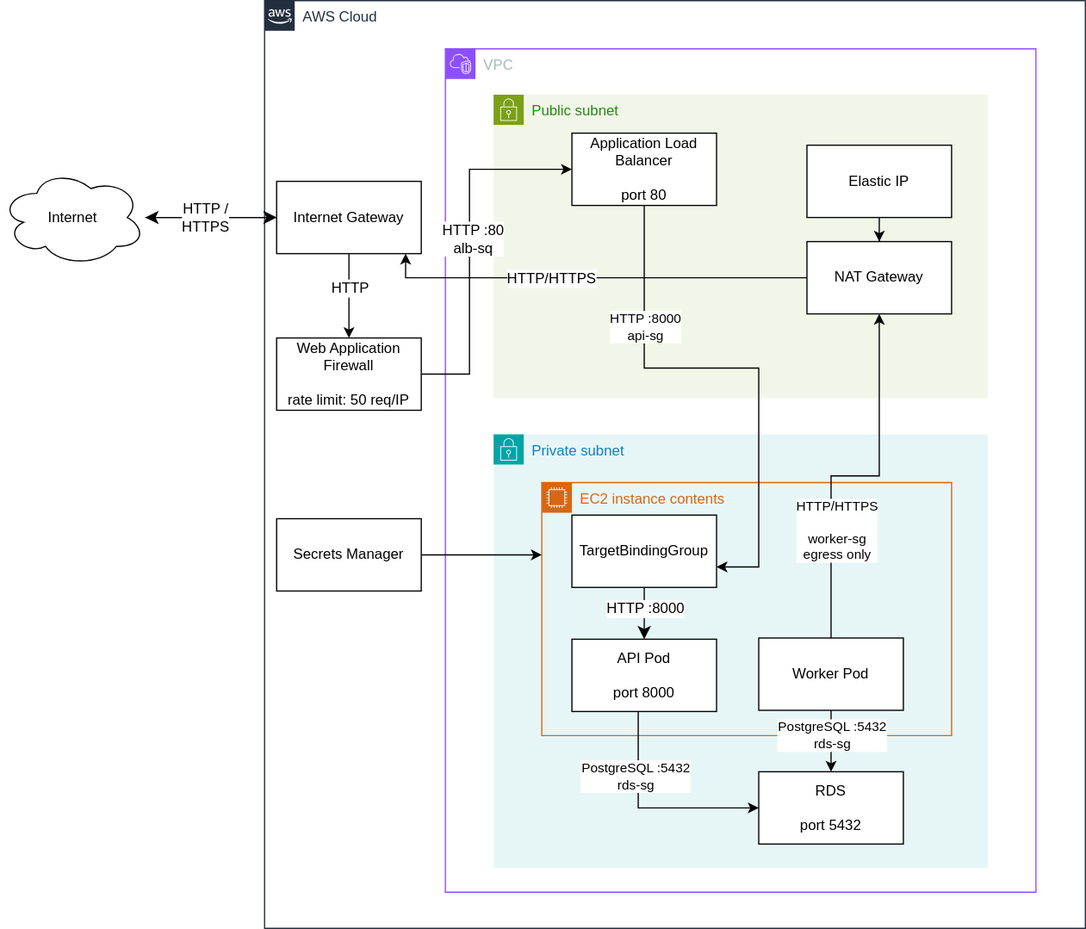
cmichaelsd/WebScraper keeps this draw.io diagram as diagram.svg. Above is the earlier version. Source tidied: cells renumbered, new cells last; positions are measured from the earlier drawing's top-left corner, leaving out a move shared by most shapes.
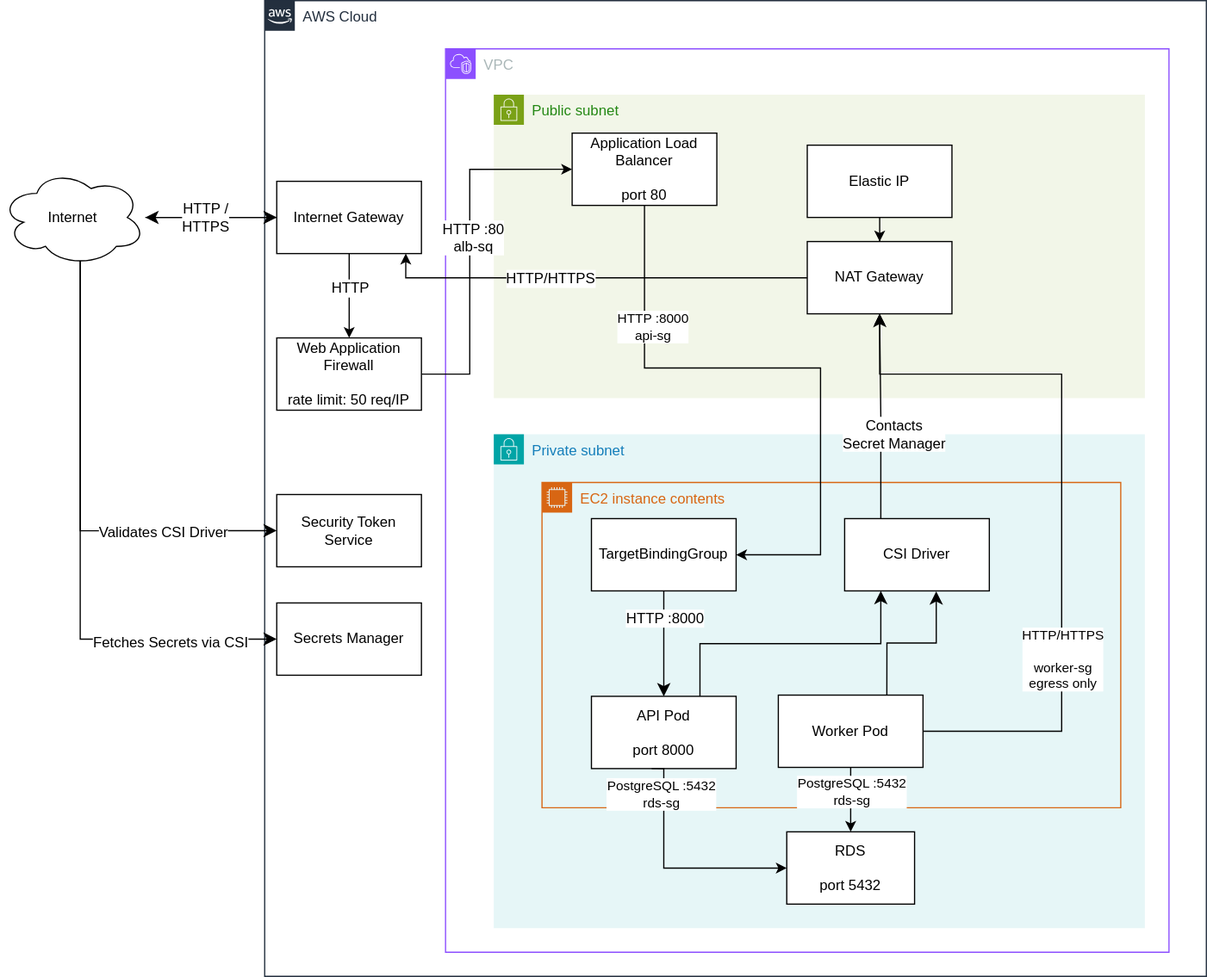
Later version of the same file.

Commit message:
actually fully using secrets manager now, K8S grabs secrets from there instead of being injected by terraform, updated diagram.

The edit, as a diff of the source:
```diff
@@ -3,13 +3,13 @@
     <mxCell id="0" />
     <mxCell id="1" parent="0" />
     <mxCell id="2" value="AWS Cloud" style="gradientColor=none;html=1;whiteSpace=wrap;fontSize=12;fontStyle=0;shape=mxgraph.aws4.group;grIcon=mxgraph.aws4.group_aws_cloud_alt;strokeColor=#232F3E;fillColor=none;verticalAlign=top;align=left;spacingLeft=30;fontColor=#232F3E;dashed=0;" parent="1" vertex="1">
-      <mxGeometry x="219" width="681" height="770" as="geometry" />
+      <mxGeometry x="219" width="781" height="810" as="geometry" />
     </mxCell>
     <mxCell id="3" value="VPC" style="gradientColor=none;html=1;whiteSpace=wrap;fontSize=12;fontStyle=0;shape=mxgraph.aws4.group;grIcon=mxgraph.aws4.group_vpc2;strokeColor=#8C4FFF;fillColor=none;verticalAlign=top;align=left;spacingLeft=30;fontColor=#AAB7B8;dashed=0;" parent="2" vertex="1">
-      <mxGeometry x="150" y="40" width="490" height="700" as="geometry" />
+      <mxGeometry x="150" y="40" width="600" height="750" as="geometry" />
     </mxCell>
     <mxCell id="4" value="Public subnet" style="gradientColor=none;html=1;whiteSpace=wrap;fontSize=12;fontStyle=0;shape=mxgraph.aws4.group;grIcon=mxgraph.aws4.group_security_group;grStroke=0;strokeColor=#7AA116;fillColor=#F2F6E8;verticalAlign=top;align=left;spacingLeft=30;fontColor=#248814;dashed=0;" parent="3" vertex="1">
-      <mxGeometry x="40" y="38.1" width="410" height="251.9" as="geometry" />
+      <mxGeometry x="40" y="38.1" width="540" height="251.9" as="geometry" />
     </mxCell>
     <mxCell id="5" value="NAT Gateway" style="rounded=0;whiteSpace=wrap;html=1;" parent="4" vertex="1">
       <mxGeometry x="260" y="121.9" width="120" height="60" as="geometry" />
@@ -24,40 +24,53 @@
       <mxGeometry x="65" y="31.9" width="120" height="60" as="geometry" />
     </mxCell>
     <mxCell id="9" value="Private subnet" style="gradientColor=none;html=1;whiteSpace=wrap;fontSize=12;fontStyle=0;shape=mxgraph.aws4.group;grIcon=mxgraph.aws4.group_security_group;grStroke=0;strokeColor=#00A4A6;fillColor=#E6F6F7;verticalAlign=top;align=left;spacingLeft=30;fontColor=#147EBA;dashed=0;" parent="3" vertex="1">
-      <mxGeometry x="40" y="320" width="410" height="360" as="geometry" />
+      <mxGeometry x="40" y="320" width="540" height="410" as="geometry" />
     </mxCell>
     <mxCell id="10" value="EC2 instance contents" style="points=[[0,0],[0.25,0],[0.5,0],[0.75,0],[1,0],[1,0.25],[1,0.5],[1,0.75],[1,1],[0.75,1],[0.5,1],[0.25,1],[0,1],[0,0.75],[0,0.5],[0,0.25]];outlineConnect=0;gradientColor=none;html=1;whiteSpace=wrap;fontSize=12;fontStyle=0;shape=mxgraph.aws4.group;grIcon=mxgraph.aws4.group_ec2_instance_contents;strokeColor=#D86613;fillColor=none;verticalAlign=top;align=left;spacingLeft=30;fontColor=#D86613;dashed=0;" parent="9" vertex="1">
-      <mxGeometry x="40" y="40" width="340" height="210" as="geometry" />
+      <mxGeometry x="40" y="40" width="480" height="270" as="geometry" />
     </mxCell>
+    <mxCell id="39" style="edgeStyle=orthogonalEdgeStyle;rounded=0;jettySize=auto;html=1;exitX=0.75;exitY=0;exitDx=0;exitDy=0;entryX=0.25;entryY=1;entryDx=0;entryDy=0;fontSize=12;startSize=8;endSize=8;" parent="10" edge="1" source="11" target="40">
+      <mxGeometry relative="1" as="geometry" />
+    </mxCell>
     <mxCell id="11" value="API Pod&lt;div&gt;&lt;br&gt;&lt;/div&gt;&lt;div&gt;port 8000&lt;/div&gt;" style="rounded=0;whiteSpace=wrap;html=1;" parent="10" vertex="1">
-      <mxGeometry x="25" y="130" width="120" height="60" as="geometry" />
+      <mxGeometry x="41" y="177.5" width="120" height="60" as="geometry" />
     </mxCell>
     <mxCell id="12" value="Worker Pod" style="rounded=0;whiteSpace=wrap;html=1;" parent="10" vertex="1">
-      <mxGeometry x="180" y="129" width="120" height="60" as="geometry" />
+      <mxGeometry x="196" y="176.5" width="120" height="60" as="geometry" />
     </mxCell>
     <mxCell id="13" style="edgeStyle=none;curved=1;rounded=0;jettySize=auto;html=1;fontSize=12;startSize=8;endSize=8;" parent="10" edge="1" source="15" target="11">
       <mxGeometry relative="1" as="geometry" />
     </mxCell>
     <mxCell id="14" value="HTTP :8000" style="edgeLabel;html=1;align=center;verticalAlign=middle;fontSize=12;" parent="13" vertex="1">
       <mxGeometry x="-0.28" relative="1" as="geometry">
-        <mxPoint y="1" as="offset" />
+        <mxPoint y="-10" as="offset" />
       </mxGeometry>
     </mxCell>
     <mxCell id="15" value="TargetBindingGroup" style="whiteSpace=wrap;html=1;rounded=0;" parent="10" vertex="1">
-      <mxGeometry x="25" y="27" width="120" height="60" as="geometry" />
+      <mxGeometry x="41" y="30" width="120" height="60" as="geometry" />
     </mxCell>
+    <mxCell id="40" value="CSI Driver" style="whiteSpace=wrap;html=1;rounded=0;" parent="10" vertex="1">
+      <mxGeometry x="251" y="30" width="120" height="60" as="geometry" />
+    </mxCell>
+    <mxCell id="41" style="edgeStyle=orthogonalEdgeStyle;rounded=0;jettySize=auto;html=1;exitX=0.75;exitY=0;exitDx=0;exitDy=0;entryX=0.633;entryY=1.006;entryDx=0;entryDy=0;entryPerimeter=0;fontSize=12;startSize=8;endSize=8;" parent="10" edge="1" source="12" target="40">
+      <mxGeometry relative="1" as="geometry" />
+    </mxCell>
     <mxCell id="16" value="RDS&lt;div&gt;&lt;br&gt;&lt;/div&gt;&lt;div&gt;port 5432&lt;/div&gt;" style="rounded=0;whiteSpace=wrap;html=1;" parent="9" vertex="1">
-      <mxGeometry x="220" y="280" width="120" height="60" as="geometry" />
+      <mxGeometry x="243" y="330" width="106" height="60" as="geometry" />
     </mxCell>
-    <mxCell id="17" style="edgeStyle=orthogonalEdgeStyle;rounded=0;jettySize=auto;html=1;entryX=0;entryY=0.5;entryDx=0;entryDy=0;" parent="9" edge="1" source="11" target="16">
+    <mxCell id="17" style="edgeStyle=orthogonalEdgeStyle;rounded=0;jettySize=auto;html=1;exitX=0.5;exitY=1;exitDx=0;exitDy=0;" parent="9" edge="1" target="16">
       <mxGeometry relative="1" as="geometry">
+        <mxPoint x="131" y="277.5" as="sourcePoint" />
         <Array as="points">
-          <mxPoint x="120" y="310" />
+          <mxPoint x="141" y="278" />
+          <mxPoint x="141" y="360" />
         </Array>
       </mxGeometry>
     </mxCell>
     <mxCell id="18" value="PostgreSQL :5432&lt;br&gt;rds-sg" style="edgeLabel;html=1;align=center;verticalAlign=middle;" parent="17" vertex="1">
-      <mxGeometry x="-0.41" y="-3" relative="1" as="geometry" />
+      <mxGeometry x="-0.41" y="-3" relative="1" as="geometry">
+        <mxPoint y="-27" as="offset" />
+      </mxGeometry>
     </mxCell>
     <mxCell id="19" style="edgeStyle=orthogonalEdgeStyle;rounded=0;jettySize=auto;html=1;" parent="9" edge="1" source="12" target="16">
       <mxGeometry relative="1" as="geometry" />
@@ -71,22 +84,37 @@
       <mxGeometry relative="1" as="geometry">
         <Array as="points">
           <mxPoint x="165" y="265" />
-          <mxPoint x="260" y="265" />
-          <mxPoint x="260" y="430" />
+          <mxPoint x="311" y="265" />
         </Array>
       </mxGeometry>
     </mxCell>
     <mxCell id="22" value="HTTP :8000&lt;br&gt;api-sg" style="edgeLabel;html=1;align=center;verticalAlign=middle;" parent="21" vertex="1">
       <mxGeometry x="-0.2" y="-1" relative="1" as="geometry">
-        <mxPoint x="-36" y="-36" as="offset" />
+        <mxPoint x="-60" y="-36" as="offset" />
       </mxGeometry>
     </mxCell>
     <mxCell id="23" style="edgeStyle=orthogonalEdgeStyle;rounded=0;jettySize=auto;html=1;" parent="3" edge="1" source="12" target="5">
-      <mxGeometry relative="1" as="geometry" />
+      <mxGeometry relative="1" as="geometry">
+        <Array as="points">
+          <mxPoint x="511" y="566" />
+          <mxPoint x="511" y="270" />
+          <mxPoint x="360" y="270" />
+        </Array>
+      </mxGeometry>
     </mxCell>
     <mxCell id="24" value="HTTP/HTTPS&lt;br&gt;&lt;br&gt;worker-sg&lt;br&gt;egress only" style="edgeLabel;html=1;align=center;verticalAlign=middle;" parent="23" vertex="1">
-      <mxGeometry x="-0.42" y="-4" relative="1" as="geometry" />
+      <mxGeometry x="-0.42" y="-4" relative="1" as="geometry">
+        <mxPoint x="-4" y="2" as="offset" />
+      </mxGeometry>
     </mxCell>
+    <mxCell id="42" style="edgeStyle=orthogonalEdgeStyle;rounded=0;jettySize=auto;html=1;exitX=0.25;exitY=0;exitDx=0;exitDy=0;entryX=0.5;entryY=1;entryDx=0;entryDy=0;fontSize=12;startSize=8;endSize=8;" parent="3" edge="1" source="40" target="5">
+      <mxGeometry relative="1" as="geometry" />
+    </mxCell>
+    <mxCell id="43" value="Contacts&lt;div&gt;Secret Manager&lt;br&gt;&lt;/div&gt;" style="edgeLabel;html=1;align=center;verticalAlign=middle;fontSize=12;" parent="42" vertex="1">
+      <mxGeometry x="-0.29" y="3" relative="1" as="geometry">
+        <mxPoint x="13" y="-9" as="offset" />
+      </mxGeometry>
+    </mxCell>
     <mxCell id="25" style="edgeStyle=orthogonalEdgeStyle;rounded=0;jettySize=auto;html=1;entryX=0;entryY=0.5;entryDx=0;entryDy=0;" parent="2" edge="1" source="27" target="8">
       <mxGeometry relative="1" as="geometry">
         <Array as="points">
@@ -121,20 +149,39 @@
     <mxCell id="32" value="HTTP/HTTPS" style="edgeLabel;html=1;align=center;verticalAlign=middle;fontSize=12;" parent="31" vertex="1">
       <mxGeometry x="0.21" relative="1" as="geometry" />
     </mxCell>
-    <mxCell id="33" style="edgeStyle=orthogonalEdgeStyle;rounded=0;jettySize=auto;html=1;" parent="2" edge="1" source="34" target="10">
-      <mxGeometry relative="1" as="geometry">
-        <Array as="points">
-          <mxPoint x="210" y="460" />
-          <mxPoint x="210" y="460" />
-        </Array>
-      </mxGeometry>
-    </mxCell>
     <mxCell id="34" value="Secrets Manager" style="rounded=0;whiteSpace=wrap;html=1;" parent="2" vertex="1">
-      <mxGeometry x="10" y="430" width="120" height="60" as="geometry" />
+      <mxGeometry x="10" y="500" width="120" height="60" as="geometry" />
     </mxCell>
+    <mxCell id="44" value="Security Token Service" style="rounded=0;whiteSpace=wrap;html=1;" parent="2" vertex="1">
+      <mxGeometry x="10" y="410" width="120" height="60" as="geometry" />
+    </mxCell>
     <mxCell id="35" style="edgeStyle=none;curved=1;rounded=0;jettySize=auto;html=1;fontSize=12;startSize=8;endSize=8;" parent="1" edge="1" source="36" target="30">
       <mxGeometry relative="1" as="geometry" />
     </mxCell>
+    <mxCell id="45" style="edgeStyle=orthogonalEdgeStyle;rounded=0;jettySize=auto;html=1;exitX=0.55;exitY=0.95;exitDx=0;exitDy=0;exitPerimeter=0;entryX=0;entryY=0.5;entryDx=0;entryDy=0;fontSize=12;startSize=8;endSize=8;" parent="1" edge="1" source="36" target="34">
+      <mxGeometry relative="1" as="geometry">
+        <Array as="points">
+          <mxPoint x="66" y="530" />
+        </Array>
+      </mxGeometry>
+    </mxCell>
+    <mxCell id="46" value="Fetches Secrets via CSI" style="edgeLabel;html=1;align=center;verticalAlign=middle;fontSize=12;" parent="45" vertex="1">
+      <mxGeometry x="0.59" y="-2" relative="1" as="geometry">
+        <mxPoint x="10" as="offset" />
+      </mxGeometry>
+    </mxCell>
+    <mxCell id="47" style="edgeStyle=orthogonalEdgeStyle;rounded=0;jettySize=auto;html=1;exitX=0.55;exitY=0.95;exitDx=0;exitDy=0;exitPerimeter=0;entryX=0;entryY=0.5;entryDx=0;entryDy=0;fontSize=12;startSize=8;endSize=8;" parent="1" edge="1" source="36" target="44">
+      <mxGeometry relative="1" as="geometry">
+        <Array as="points">
+          <mxPoint x="66" y="440" />
+        </Array>
+      </mxGeometry>
+    </mxCell>
+    <mxCell id="48" value="Validates CSI Driver" style="edgeLabel;html=1;align=center;verticalAlign=middle;fontSize=12;" parent="47" vertex="1">
+      <mxGeometry x="0.51" y="-1" relative="1" as="geometry">
+        <mxPoint x="-1" as="offset" />
+      </mxGeometry>
+    </mxCell>
     <mxCell id="36" value="Internet" style="ellipse;shape=cloud;whiteSpace=wrap;html=1;" parent="1" vertex="1">
       <mxGeometry y="140" width="120" height="80" as="geometry" />
     </mxCell>
```
